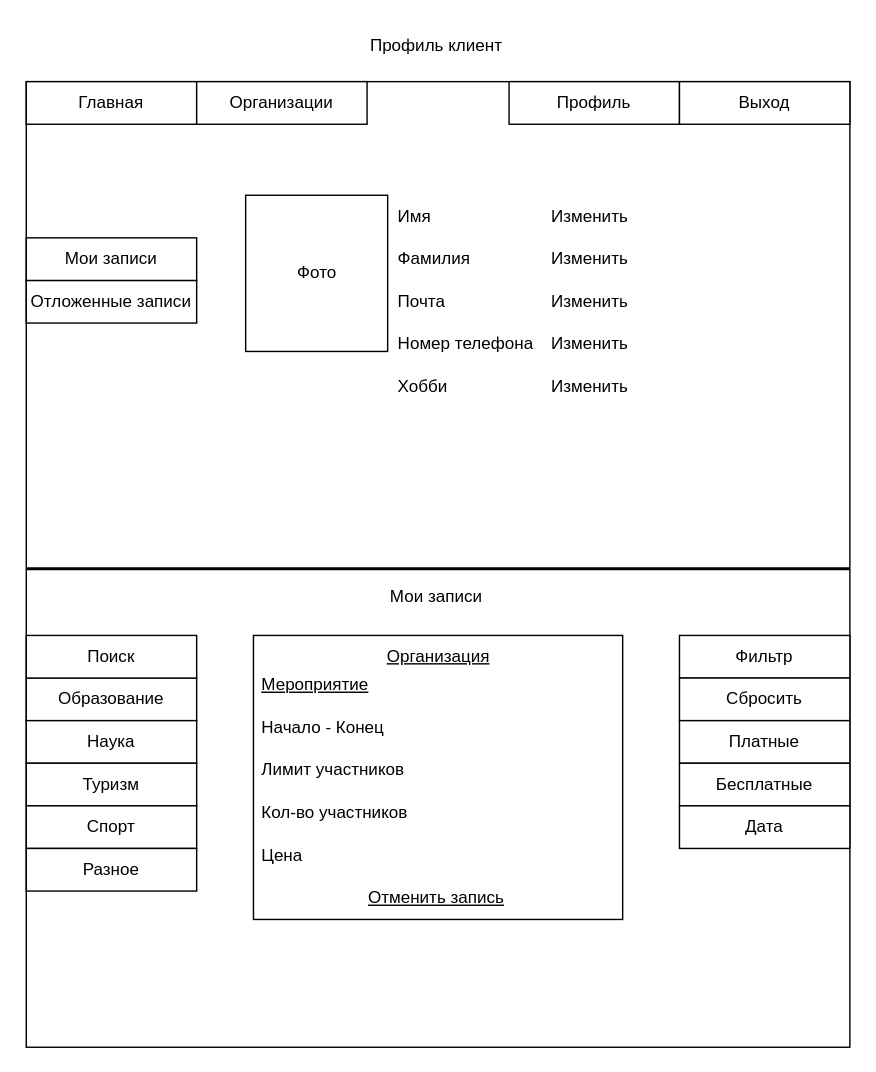
Drytimor/GIT keeps this draw.io diagram as page "Страница — 3" (3 of 4) of Диаграмма без названия.drawio. Above is the earlier version. Source tidied: cells renumbered, new cells numbered last; positions are measured from the earlier drawing's top-left corner, leaving out a move shared by most shapes. Both pictures are drawn from the tidied source at 142%, with x=0, y=0 at pixel (26, 24).
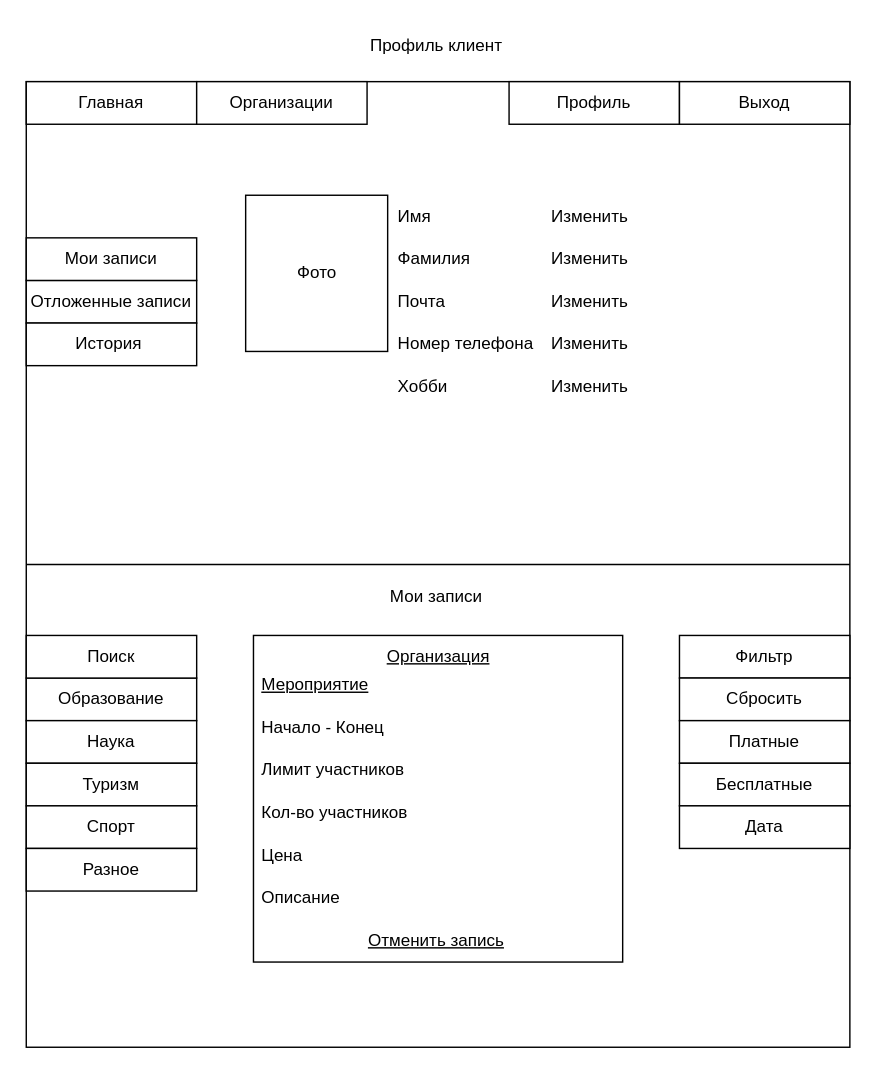
The same diagram, later.

Unchanged cells that the change refers to:
```xml
<mxCell id="2" style="rounded=0;whiteSpace=wrap;html=1;" parent="1" vertex="1">
  <mxGeometry y="40" width="580" height="680" as="geometry" />
</mxCell>
```

The edit, as a diff of the source:
```diff
@@
     <mxCell id="8" style="rounded=0;whiteSpace=wrap;html=1;" parent="1" vertex="1">
-      <mxGeometry x="160" y="430" width="260" height="200" as="geometry" />
+      <mxGeometry x="160" y="430" width="260" height="230" as="geometry" />
     </mxCell>
@@
     <mxCell id="20" value="Отменить запись" style="text;html=1;strokeColor=none;fillColor=none;align=center;verticalAlign=middle;whiteSpace=wrap;rounded=0;fontStyle=4;" parent="1" vertex="1">
-      <mxGeometry x="234" y="600" width="110" height="30" as="geometry" />
+      <mxGeometry x="234" y="630" width="110" height="30" as="geometry" />
     </mxCell>
@@
-    <mxCell id="28" style="line;strokeWidth=2;html=1;" parent="1" vertex="1">
-      <mxGeometry y="378" width="580" height="10" as="geometry" />
-    </mxCell>
@@
+    <mxCell id="43" value="История&amp;nbsp;" style="rounded=0;whiteSpace=wrap;html=1;" parent="1" vertex="1">
+      <mxGeometry y="210" width="120" height="30" as="geometry" />
+    </mxCell>
+    <mxCell id="44" style="endArrow=none;html=1;rounded=0;entryX=1;entryY=0.5;entryDx=0;entryDy=0;exitX=0;exitY=0.5;exitDx=0;exitDy=0;" parent="1" edge="1" source="2" target="2">
+      <mxGeometry relative="1" as="geometry" />
+    </mxCell>
+    <mxCell id="45" value="Описание" style="text;html=1;strokeColor=none;fillColor=none;align=left;verticalAlign=middle;whiteSpace=wrap;rounded=0;" parent="1" vertex="1">
+      <mxGeometry x="164" y="600" width="110" height="30" as="geometry" />
+    </mxCell>
```
